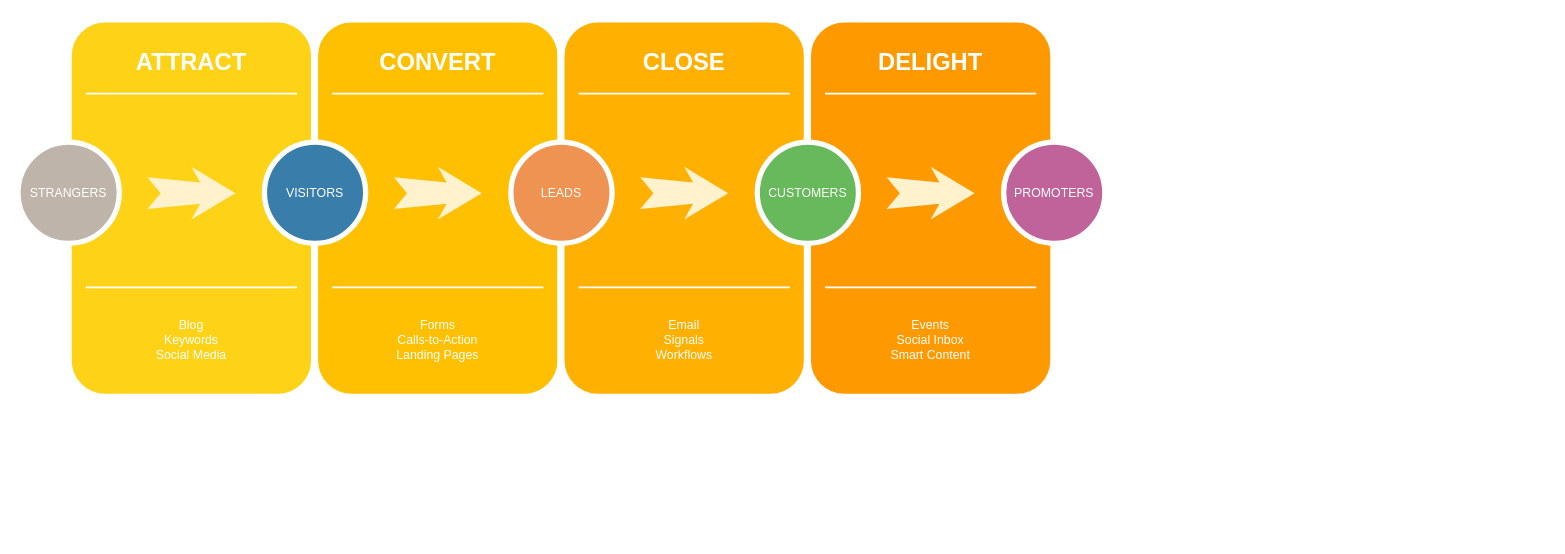
Before: Untitled Diagram1.drawio in bbgame605065444/SemiAutoAnnotation_SAE, a draw.io diagram. Source tidied: cells renumbered, new cells numbered last; positions are measured from the earlier drawing's top-left corner, leaving out a move shared by most shapes. Both pictures are drawn from the tidied source at 88%, with x=0, y=0 at pixel (18, 18).
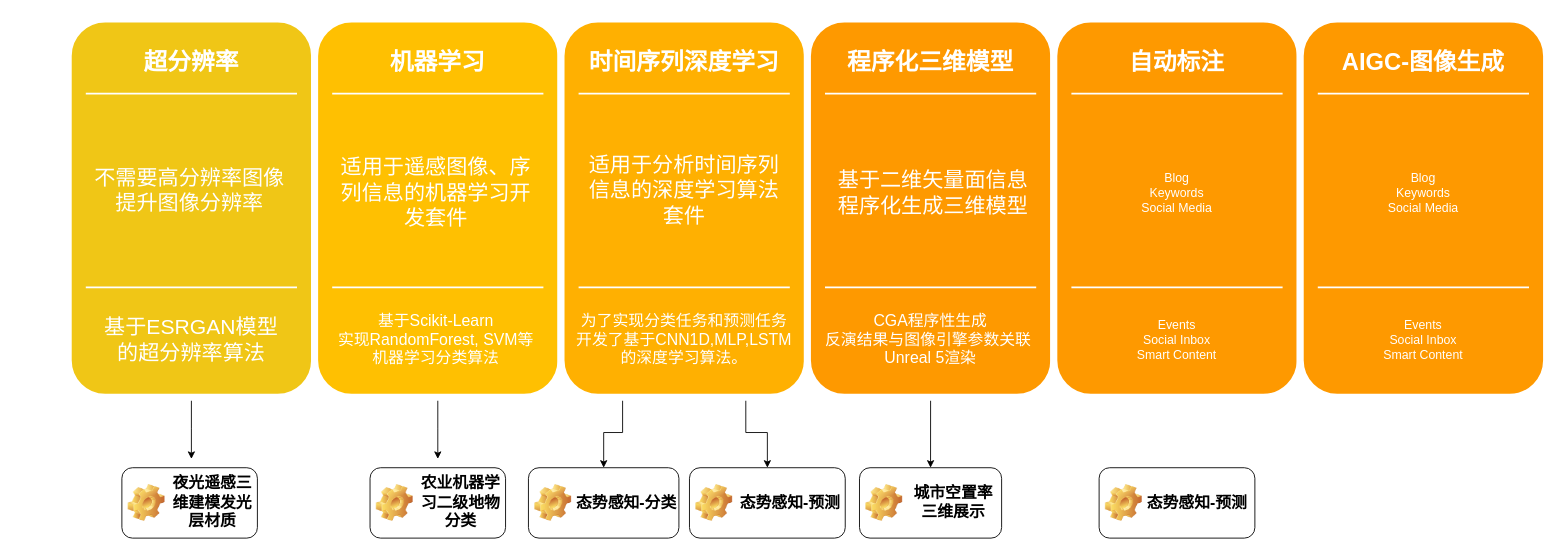
The same diagram, later.

Unchanged cells that the change refers to:
```xml
<mxCell id="9" style="whiteSpace=wrap;html=1;rounded=1;shadow=0;strokeWidth=8;fontSize=20;align=center;fillColor=#FFC001;strokeColor=#FFFFFF;" parent="1" vertex="1">
  <mxGeometry x="337" width="280" height="430" as="geometry" />
</mxCell>
<mxCell id="16" style="whiteSpace=wrap;html=1;rounded=1;shadow=0;strokeWidth=8;fontSize=20;align=center;fillColor=#FFB001;strokeColor=#FFFFFF;" parent="1" vertex="1">
  <mxGeometry x="617" width="280" height="430" as="geometry" />
</mxCell>
<mxCell id="23" style="whiteSpace=wrap;html=1;rounded=1;shadow=0;strokeWidth=8;fontSize=20;align=center;fillColor=#FE9900;strokeColor=#FFFFFF;" parent="1" vertex="1">
  <mxGeometry x="897" width="280" height="430" as="geometry" />
</mxCell>
```

Change to the diagram source:
```diff
@@
+    <mxCell id="31" style="edgeStyle=orthogonalEdgeStyle;rounded=0;jettySize=auto;html=1;exitX=0.5;exitY=1;exitDx=0;exitDy=0;" parent="1" edge="1" source="2">
+      <mxGeometry relative="1" as="geometry">
+        <mxPoint x="197" y="500" as="targetPoint" />
+      </mxGeometry>
+    </mxCell>
-    <mxCell id="2" style="whiteSpace=wrap;html=1;rounded=1;shadow=0;strokeWidth=8;fontSize=20;align=center;fillColor=#FED217;strokeColor=#FFFFFF;" parent="1" vertex="1">
+    <mxCell id="2" style="whiteSpace=wrap;html=1;rounded=1;shadow=0;strokeWidth=8;fontSize=20;align=center;fillColor=#F0C616;strokeColor=#FFFFFF;" parent="1" vertex="1">
       <mxGeometry x="57" width="280" height="430" as="geometry" />
     </mxCell>
-    <mxCell id="3" value="ATTRACT" style="text;html=1;strokeColor=none;fillColor=none;align=center;verticalAlign=middle;whiteSpace=wrap;rounded=0;shadow=0;fontSize=27;fontColor=#FFFFFF;fontStyle=1;" parent="1" vertex="1">
+    <mxCell id="3" value="超分辨率" style="text;html=1;strokeColor=none;fillColor=none;align=center;verticalAlign=middle;whiteSpace=wrap;rounded=0;shadow=0;fontSize=27;fontColor=#FFFFFF;fontStyle=1;" parent="1" vertex="1">
       <mxGeometry x="57" y="20" width="280" height="60" as="geometry" />
     </mxCell>
-    <mxCell id="4" value="Blog&lt;div&gt;Keywords&lt;/div&gt;&lt;div&gt;Social Media&lt;/div&gt;" style="text;html=1;strokeColor=none;fillColor=none;align=center;verticalAlign=middle;whiteSpace=wrap;rounded=0;shadow=0;fontSize=14;fontColor=#FFFFFF;" parent="1" vertex="1">
+    <mxCell id="4" value="&lt;font style=&quot;font-size: 24px;&quot;&gt;基于ESRGAN模型&lt;br&gt;的超分辨率算法&lt;/font&gt;" style="text;html=1;strokeColor=none;fillColor=none;align=center;verticalAlign=middle;whiteSpace=wrap;rounded=0;shadow=0;fontSize=14;fontColor=#FFFFFF;" parent="1" vertex="1">
       <mxGeometry x="57" y="320" width="280" height="90" as="geometry" />
     </mxCell>
@@
-    <mxCell id="7" value="STRANGERS" style="ellipse;whiteSpace=wrap;html=1;rounded=0;shadow=0;strokeWidth=6;fontSize=14;align=center;fillColor=#BFB4A9;strokeColor=#FFFFFF;fontColor=#FFFFFF;" parent="1" vertex="1">
-      <mxGeometry y="140" width="115" height="115" as="geometry" />
-    </mxCell>
-    <mxCell id="8" style="html=1;shadow=0;dashed=0;align=center;verticalAlign=middle;shape=mxgraph.arrows2.stylisedArrow;dy=0.6;dx=40;notch=15;feather=0.4;rounded=0;strokeWidth=1;fontSize=27;strokeColor=none;fillColor=#fff2cc;" parent="1" vertex="1">
-      <mxGeometry x="147" y="168" width="100" height="60" as="geometry" />
-    </mxCell>
+    <mxCell id="32" style="edgeStyle=orthogonalEdgeStyle;rounded=0;jettySize=auto;html=1;" parent="1" edge="1" source="9">
+      <mxGeometry relative="1" as="geometry">
+        <mxPoint x="477" y="500" as="targetPoint" />
+      </mxGeometry>
+    </mxCell>
@@
-    <mxCell id="10" value="CONVERT" style="text;html=1;strokeColor=none;fillColor=none;align=center;verticalAlign=middle;whiteSpace=wrap;rounded=0;shadow=0;fontSize=27;fontColor=#FFFFFF;fontStyle=1;" parent="1" vertex="1">
+    <mxCell id="10" value="机器学习" style="text;html=1;strokeColor=none;fillColor=none;align=center;verticalAlign=middle;whiteSpace=wrap;rounded=0;shadow=0;fontSize=27;fontColor=#FFFFFF;fontStyle=1;" parent="1" vertex="1">
       <mxGeometry x="337" y="20" width="280" height="60" as="geometry" />
     </mxCell>
-    <mxCell id="11" value="Forms&lt;div&gt;Calls-to-Action&lt;/div&gt;&lt;div&gt;Landing Pages&lt;/div&gt;" style="text;html=1;strokeColor=none;fillColor=none;align=center;verticalAlign=middle;whiteSpace=wrap;rounded=0;shadow=0;fontSize=14;fontColor=#FFFFFF;" parent="1" vertex="1">
-      <mxGeometry x="337" y="320" width="280" height="90" as="geometry" />
+    <mxCell id="11" value="&lt;font style=&quot;&quot;&gt;&lt;font style=&quot;font-size: 18px;&quot;&gt;基于Scikit-Learn&lt;br&gt;实现RandomForest, SVM等机器学习分类算法&lt;/font&gt;&lt;br&gt;&lt;/font&gt;" style="text;html=1;strokeColor=none;fillColor=none;align=center;verticalAlign=middle;whiteSpace=wrap;rounded=0;shadow=0;fontSize=14;fontColor=#FFFFFF;" parent="1" vertex="1">
+      <mxGeometry x="355" y="320" width="240" height="90" as="geometry" />
     </mxCell>
@@
-    <mxCell id="14" value="VISITORS" style="ellipse;whiteSpace=wrap;html=1;rounded=0;shadow=0;strokeWidth=6;fontSize=14;align=center;fillColor=#397DAA;strokeColor=#FFFFFF;fontColor=#FFFFFF;" parent="1" vertex="1">
-      <mxGeometry x="280" y="140" width="115" height="115" as="geometry" />
-    </mxCell>
-    <mxCell id="15" style="html=1;shadow=0;dashed=0;align=center;verticalAlign=middle;shape=mxgraph.arrows2.stylisedArrow;dy=0.6;dx=40;notch=15;feather=0.4;rounded=0;strokeWidth=1;fontSize=27;strokeColor=none;fillColor=#fff2cc;" parent="1" vertex="1">
-      <mxGeometry x="427" y="168" width="100" height="60" as="geometry" />
-    </mxCell>
+    <mxCell id="33" style="edgeStyle=orthogonalEdgeStyle;rounded=0;jettySize=auto;html=1;exitX=0.25;exitY=1;exitDx=0;exitDy=0;entryX=0.5;entryY=0;entryDx=0;entryDy=0;" parent="1" edge="1" source="16" target="58">
+      <mxGeometry relative="1" as="geometry" />
+    </mxCell>
+    <mxCell id="34" style="edgeStyle=orthogonalEdgeStyle;rounded=0;jettySize=auto;html=1;exitX=0.75;exitY=1;exitDx=0;exitDy=0;entryX=0.5;entryY=0;entryDx=0;entryDy=0;" parent="1" edge="1" source="16" target="57">
+      <mxGeometry relative="1" as="geometry" />
+    </mxCell>
@@
-    <mxCell id="17" value="CLOSE" style="text;html=1;strokeColor=none;fillColor=none;align=center;verticalAlign=middle;whiteSpace=wrap;rounded=0;shadow=0;fontSize=27;fontColor=#FFFFFF;fontStyle=1;" parent="1" vertex="1">
+    <mxCell id="17" value="时间序列深度学习" style="text;html=1;strokeColor=none;fillColor=none;align=center;verticalAlign=middle;whiteSpace=wrap;rounded=0;shadow=0;fontSize=27;fontColor=#FFFFFF;fontStyle=1;" parent="1" vertex="1">
       <mxGeometry x="617" y="20" width="280" height="60" as="geometry" />
     </mxCell>
-    <mxCell id="18" value="Email&lt;div&gt;Signals&lt;/div&gt;&lt;div&gt;Workflows&lt;/div&gt;" style="text;html=1;strokeColor=none;fillColor=none;align=center;verticalAlign=middle;whiteSpace=wrap;rounded=0;shadow=0;fontSize=14;fontColor=#FFFFFF;" parent="1" vertex="1">
-      <mxGeometry x="617" y="320" width="280" height="90" as="geometry" />
+    <mxCell id="18" value="&lt;font style=&quot;font-size: 18px;&quot;&gt;为了实现分类任务和预测任务&lt;br&gt;开发了基于CNN1D,MLP,LSTM&lt;br&gt;的深度学习算法。&lt;/font&gt;" style="text;html=1;strokeColor=none;fillColor=none;align=center;verticalAlign=middle;whiteSpace=wrap;rounded=0;shadow=0;fontSize=14;fontColor=#FFFFFF;" parent="1" vertex="1">
+      <mxGeometry x="627" y="320" width="260" height="90" as="geometry" />
     </mxCell>
@@
-    <mxCell id="21" value="LEADS" style="ellipse;whiteSpace=wrap;html=1;rounded=0;shadow=0;strokeWidth=6;fontSize=14;align=center;fillColor=#EF9353;strokeColor=#FFFFFF;fontColor=#FFFFFF;" parent="1" vertex="1">
-      <mxGeometry x="560" y="140" width="115" height="115" as="geometry" />
-    </mxCell>
-    <mxCell id="22" style="html=1;shadow=0;dashed=0;align=center;verticalAlign=middle;shape=mxgraph.arrows2.stylisedArrow;dy=0.6;dx=40;notch=15;feather=0.4;rounded=0;strokeWidth=1;fontSize=27;strokeColor=none;fillColor=#fff2cc;" parent="1" vertex="1">
-      <mxGeometry x="707" y="168" width="100" height="60" as="geometry" />
-    </mxCell>
+    <mxCell id="35" style="edgeStyle=orthogonalEdgeStyle;rounded=0;jettySize=auto;html=1;exitX=0.5;exitY=1;exitDx=0;exitDy=0;entryX=0.5;entryY=0;entryDx=0;entryDy=0;" parent="1" edge="1" source="23" target="59">
+      <mxGeometry relative="1" as="geometry" />
+    </mxCell>
@@
-    <mxCell id="24" value="DELIGHT" style="text;html=1;strokeColor=none;fillColor=none;align=center;verticalAlign=middle;whiteSpace=wrap;rounded=0;shadow=0;fontSize=27;fontColor=#FFFFFF;fontStyle=1;" parent="1" vertex="1">
+    <mxCell id="24" value="程序化三维模型" style="text;html=1;strokeColor=none;fillColor=none;align=center;verticalAlign=middle;whiteSpace=wrap;rounded=0;shadow=0;fontSize=27;fontColor=#FFFFFF;fontStyle=1;" parent="1" vertex="1">
       <mxGeometry x="897" y="20" width="280" height="60" as="geometry" />
     </mxCell>
-    <mxCell id="25" value="Events&lt;div&gt;Social Inbox&lt;/div&gt;&lt;div&gt;Smart Content&lt;/div&gt;" style="text;html=1;strokeColor=none;fillColor=none;align=center;verticalAlign=middle;whiteSpace=wrap;rounded=0;shadow=0;fontSize=14;fontColor=#FFFFFF;" parent="1" vertex="1">
+    <mxCell id="25" value="&lt;font style=&quot;font-size: 18px;&quot;&gt;CGA程序性生成&lt;br&gt;反演结果与图像引擎参数关联&amp;nbsp;&lt;br&gt;Unreal 5渲染&lt;/font&gt;" style="text;html=1;strokeColor=none;fillColor=none;align=center;verticalAlign=middle;whiteSpace=wrap;rounded=0;shadow=0;fontSize=14;fontColor=#FFFFFF;" parent="1" vertex="1">
       <mxGeometry x="897" y="320" width="280" height="90" as="geometry" />
     </mxCell>
     <mxCell id="26" style="line;strokeWidth=2;html=1;rounded=0;shadow=0;fontSize=27;align=center;fillColor=none;strokeColor=#FFFFFF;" parent="1" vertex="1">
-      <mxGeometry x="917" y="80" width="240" height="10" as="geometry" />
+      <mxGeometry x="1187" y="70" width="240" height="10" as="geometry" />
     </mxCell>
     <mxCell id="27" style="line;strokeWidth=2;html=1;rounded=0;shadow=0;fontSize=27;align=center;fillColor=none;strokeColor=#FFFFFF;" parent="1" vertex="1">
-      <mxGeometry x="917" y="300" width="240" height="10" as="geometry" />
+      <mxGeometry x="1187" y="290" width="240" height="10" as="geometry" />
     </mxCell>
-    <mxCell id="28" value="CUSTOMERS" style="ellipse;whiteSpace=wrap;html=1;rounded=0;shadow=0;strokeWidth=6;fontSize=14;align=center;fillColor=#68B85C;strokeColor=#FFFFFF;fontColor=#FFFFFF;" parent="1" vertex="1">
-      <mxGeometry x="840" y="140" width="115" height="115" as="geometry" />
-    </mxCell>
-    <mxCell id="29" style="html=1;shadow=0;dashed=0;align=center;verticalAlign=middle;shape=mxgraph.arrows2.stylisedArrow;dy=0.6;dx=40;notch=15;feather=0.4;rounded=0;strokeWidth=1;fontSize=27;strokeColor=none;fillColor=#fff2cc;" parent="1" vertex="1">
-      <mxGeometry x="987" y="168" width="100" height="60" as="geometry" />
-    </mxCell>
-    <mxCell id="30" value="PROMOTERS" style="ellipse;whiteSpace=wrap;html=1;rounded=0;shadow=0;strokeWidth=6;fontSize=14;align=center;fillColor=#BF639A;strokeColor=#FFFFFF;fontColor=#FFFFFF;" parent="1" vertex="1">
-      <mxGeometry x="1120" y="140" width="115" height="115" as="geometry" />
-    </mxCell>
+    <mxCell id="36" style="whiteSpace=wrap;html=1;rounded=1;shadow=0;strokeWidth=8;fontSize=20;align=center;fillColor=#FE9900;strokeColor=#FFFFFF;" parent="1" vertex="1">
+      <mxGeometry x="1177" width="280" height="430" as="geometry" />
+    </mxCell>
+    <mxCell id="37" value="自动标注" style="text;html=1;strokeColor=none;fillColor=none;align=center;verticalAlign=middle;whiteSpace=wrap;rounded=0;shadow=0;fontSize=27;fontColor=#FFFFFF;fontStyle=1;" parent="1" vertex="1">
+      <mxGeometry x="1177" y="20" width="280" height="60" as="geometry" />
+    </mxCell>
+    <mxCell id="38" value="Events&lt;div&gt;Social Inbox&lt;/div&gt;&lt;div&gt;Smart Content&lt;/div&gt;" style="text;html=1;strokeColor=none;fillColor=none;align=center;verticalAlign=middle;whiteSpace=wrap;rounded=0;shadow=0;fontSize=14;fontColor=#FFFFFF;" parent="1" vertex="1">
+      <mxGeometry x="1177" y="320" width="280" height="90" as="geometry" />
+    </mxCell>
+    <mxCell id="39" style="line;strokeWidth=2;html=1;rounded=0;shadow=0;fontSize=27;align=center;fillColor=none;strokeColor=#FFFFFF;" parent="1" vertex="1">
+      <mxGeometry x="1197" y="80" width="240" height="10" as="geometry" />
+    </mxCell>
+    <mxCell id="40" style="line;strokeWidth=2;html=1;rounded=0;shadow=0;fontSize=27;align=center;fillColor=none;strokeColor=#FFFFFF;" parent="1" vertex="1">
+      <mxGeometry x="1197" y="300" width="240" height="10" as="geometry" />
+    </mxCell>
+    <mxCell id="41" style="line;strokeWidth=2;html=1;rounded=0;shadow=0;fontSize=27;align=center;fillColor=none;strokeColor=#FFFFFF;" parent="1" vertex="1">
+      <mxGeometry x="917" y="80" width="240" height="10" as="geometry" />
+    </mxCell>
+    <mxCell id="42" style="line;strokeWidth=2;html=1;rounded=0;shadow=0;fontSize=27;align=center;fillColor=none;strokeColor=#FFFFFF;" parent="1" vertex="1">
+      <mxGeometry x="917" y="300" width="240" height="10" as="geometry" />
+    </mxCell>
+    <mxCell id="43" style="line;strokeWidth=2;html=1;rounded=0;shadow=0;fontSize=27;align=center;fillColor=none;strokeColor=#FFFFFF;" parent="1" vertex="1">
+      <mxGeometry x="1467" y="70" width="240" height="10" as="geometry" />
+    </mxCell>
+    <mxCell id="44" style="line;strokeWidth=2;html=1;rounded=0;shadow=0;fontSize=27;align=center;fillColor=none;strokeColor=#FFFFFF;" parent="1" vertex="1">
+      <mxGeometry x="1467" y="290" width="240" height="10" as="geometry" />
+    </mxCell>
+    <mxCell id="45" style="whiteSpace=wrap;html=1;rounded=1;shadow=0;strokeWidth=8;fontSize=20;align=center;fillColor=#FE9900;strokeColor=#FFFFFF;" parent="1" vertex="1">
+      <mxGeometry x="1457" width="280" height="430" as="geometry" />
+    </mxCell>
+    <mxCell id="46" value="AIGC-图像生成" style="text;html=1;strokeColor=none;fillColor=none;align=center;verticalAlign=middle;whiteSpace=wrap;rounded=0;shadow=0;fontSize=27;fontColor=#FFFFFF;fontStyle=1;" parent="1" vertex="1">
+      <mxGeometry x="1457" y="20" width="280" height="60" as="geometry" />
+    </mxCell>
+    <mxCell id="47" value="Events&lt;div&gt;Social Inbox&lt;/div&gt;&lt;div&gt;Smart Content&lt;/div&gt;" style="text;html=1;strokeColor=none;fillColor=none;align=center;verticalAlign=middle;whiteSpace=wrap;rounded=0;shadow=0;fontSize=14;fontColor=#FFFFFF;" parent="1" vertex="1">
+      <mxGeometry x="1457" y="320" width="280" height="90" as="geometry" />
+    </mxCell>
+    <mxCell id="48" style="line;strokeWidth=2;html=1;rounded=0;shadow=0;fontSize=27;align=center;fillColor=none;strokeColor=#FFFFFF;" parent="1" vertex="1">
+      <mxGeometry x="1477" y="80" width="240" height="10" as="geometry" />
+    </mxCell>
+    <mxCell id="49" style="line;strokeWidth=2;html=1;rounded=0;shadow=0;fontSize=27;align=center;fillColor=none;strokeColor=#FFFFFF;" parent="1" vertex="1">
+      <mxGeometry x="1477" y="300" width="240" height="10" as="geometry" />
+    </mxCell>
+    <mxCell id="50" value="&lt;font style=&quot;font-size: 24px;&quot;&gt;不需要高分辨率图像提升图像分辨率&lt;/font&gt;" style="text;html=1;strokeColor=none;fillColor=none;align=center;verticalAlign=middle;whiteSpace=wrap;rounded=0;shadow=0;fontSize=14;fontColor=#FFFFFF;" parent="1" vertex="1">
+      <mxGeometry x="80" y="100" width="230" height="190" as="geometry" />
+    </mxCell>
+    <mxCell id="51" value="&lt;font style=&quot;font-size: 24px;&quot;&gt;基于二维矢量面信息&lt;br&gt;程序化生成三维模型&lt;br&gt;&lt;/font&gt;" style="text;html=1;strokeColor=none;fillColor=none;align=center;verticalAlign=middle;whiteSpace=wrap;rounded=0;shadow=0;fontSize=14;fontColor=#FFFFFF;" parent="1" vertex="1">
+      <mxGeometry x="930" y="102.5" width="220" height="190" as="geometry" />
+    </mxCell>
+    <mxCell id="52" value="&lt;font style=&quot;font-size: 24px;&quot;&gt;适用于遥感图像、序列信息的机器学习开发套件&lt;/font&gt;" style="text;html=1;strokeColor=none;fillColor=none;align=center;verticalAlign=middle;whiteSpace=wrap;rounded=0;shadow=0;fontSize=14;fontColor=#FFFFFF;" parent="1" vertex="1">
+      <mxGeometry x="360" y="102.5" width="230" height="190" as="geometry" />
+    </mxCell>
+    <mxCell id="53" value="Blog&lt;div&gt;Keywords&lt;/div&gt;&lt;div&gt;Social Media&lt;/div&gt;" style="text;html=1;strokeColor=none;fillColor=none;align=center;verticalAlign=middle;whiteSpace=wrap;rounded=0;shadow=0;fontSize=14;fontColor=#FFFFFF;" parent="1" vertex="1">
+      <mxGeometry x="1522" y="102.5" width="150" height="190" as="geometry" />
+    </mxCell>
+    <mxCell id="54" value="Blog&lt;div&gt;Keywords&lt;/div&gt;&lt;div&gt;Social Media&lt;/div&gt;" style="text;html=1;strokeColor=none;fillColor=none;align=center;verticalAlign=middle;whiteSpace=wrap;rounded=0;shadow=0;fontSize=14;fontColor=#FFFFFF;" parent="1" vertex="1">
+      <mxGeometry x="1242" y="102.5" width="150" height="190" as="geometry" />
+    </mxCell>
+    <mxCell id="55" value="&lt;font style=&quot;font-size: 18px;&quot;&gt;夜光遥感三维建模发光层材质&lt;/font&gt;" style="label;whiteSpace=wrap;html=1;image=img/clipart/Gear_128x128.png;align=center;" parent="1" vertex="1">
+      <mxGeometry x="118" y="510" width="154" height="80" as="geometry" />
+    </mxCell>
+    <mxCell id="56" value="&lt;font style=&quot;font-size: 18px;&quot;&gt;农业机器学习二级地物分类&lt;/font&gt;" style="label;whiteSpace=wrap;html=1;image=img/clipart/Gear_128x128.png;align=center;" parent="1" vertex="1">
+      <mxGeometry x="400" y="510" width="154" height="80" as="geometry" />
+    </mxCell>
+    <mxCell id="57" value="&lt;span style=&quot;font-size: 18px;&quot;&gt;态势感知-预测&lt;/span&gt;" style="label;whiteSpace=wrap;html=1;image=img/clipart/Gear_128x128.png;align=center;" parent="1" vertex="1">
+      <mxGeometry x="763" y="510" width="177" height="80" as="geometry" />
+    </mxCell>
+    <mxCell id="58" value="&lt;font style=&quot;font-size: 18px;&quot;&gt;态势感知-分类&lt;/font&gt;" style="label;whiteSpace=wrap;html=1;image=img/clipart/Gear_128x128.png;align=center;" parent="1" vertex="1">
+      <mxGeometry x="580" y="510" width="171" height="80" as="geometry" />
+    </mxCell>
+    <mxCell id="59" value="&lt;span style=&quot;font-size: 18px;&quot;&gt;城市空置率&lt;br&gt;三维展示&lt;/span&gt;" style="label;whiteSpace=wrap;html=1;image=img/clipart/Gear_128x128.png;align=center;" parent="1" vertex="1">
+      <mxGeometry x="956.2" y="510" width="161.5" height="80" as="geometry" />
+    </mxCell>
+    <mxCell id="60" value="&lt;span style=&quot;font-size: 18px;&quot;&gt;态势感知-预测&lt;/span&gt;" style="label;whiteSpace=wrap;html=1;image=img/clipart/Gear_128x128.png;" parent="1" vertex="1">
+      <mxGeometry x="1228.5" y="510" width="177" height="80" as="geometry" />
+    </mxCell>
+    <mxCell id="61" value="&lt;span style=&quot;font-size: 24px;&quot;&gt;适用于分析时间序列信息的深度学习算法套件&lt;/span&gt;" style="text;html=1;strokeColor=none;fillColor=none;align=center;verticalAlign=middle;whiteSpace=wrap;rounded=0;shadow=0;fontSize=14;fontColor=#FFFFFF;" parent="1" vertex="1">
+      <mxGeometry x="642" y="100" width="230" height="190" as="geometry" />
+    </mxCell>
```
